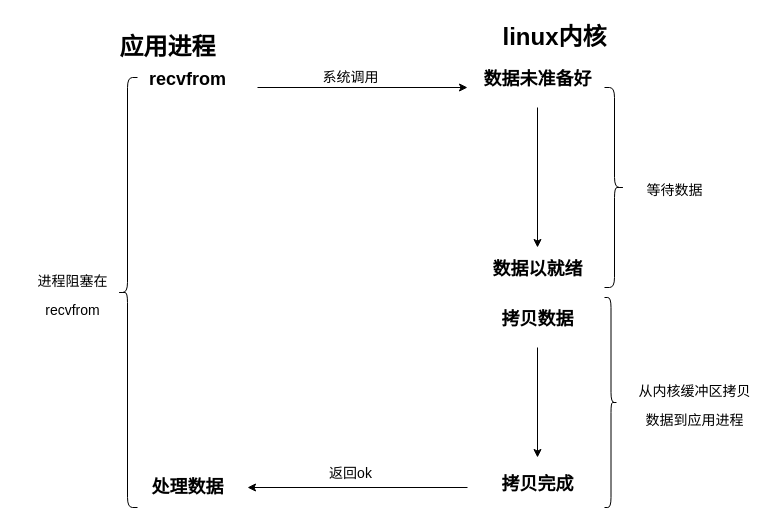
Before: blocking IO model.drawio in sjh724/draw.io, a draw.io diagram. Source tidied: cells renumbered, new cells numbered last; positions are measured from the earlier drawing's top-left corner, leaving out a move shared by most shapes. Both pictures are drawn from the tidied source at 100%, with x=0, y=0 at pixel (17, 17).
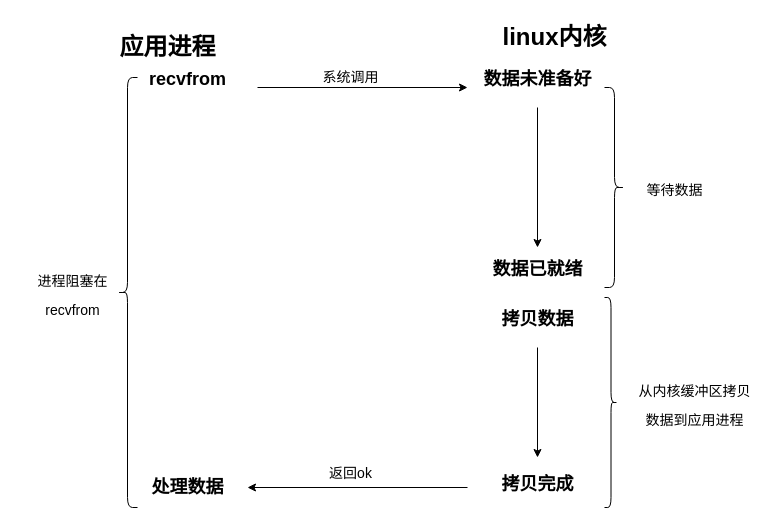
The same diagram, later.

Diff of the diagram source:
```diff
@@
-    <mxCell id="14" value="&lt;font style=&quot;font-size: 18px&quot;&gt;数据以就绪&lt;/font&gt;" style="text;strokeColor=none;fillColor=none;html=1;fontSize=24;fontStyle=1;verticalAlign=middle;align=center;" parent="1" vertex="1">
+    <mxCell id="14" value="&lt;font style=&quot;font-size: 18px&quot;&gt;数据已就绪&lt;/font&gt;" style="text;strokeColor=none;fillColor=none;html=1;fontSize=24;fontStyle=1;verticalAlign=middle;align=center;" parent="1" vertex="1">
       <mxGeometry x="470" y="230" width="100" height="40" as="geometry" />
     </mxCell>
```
